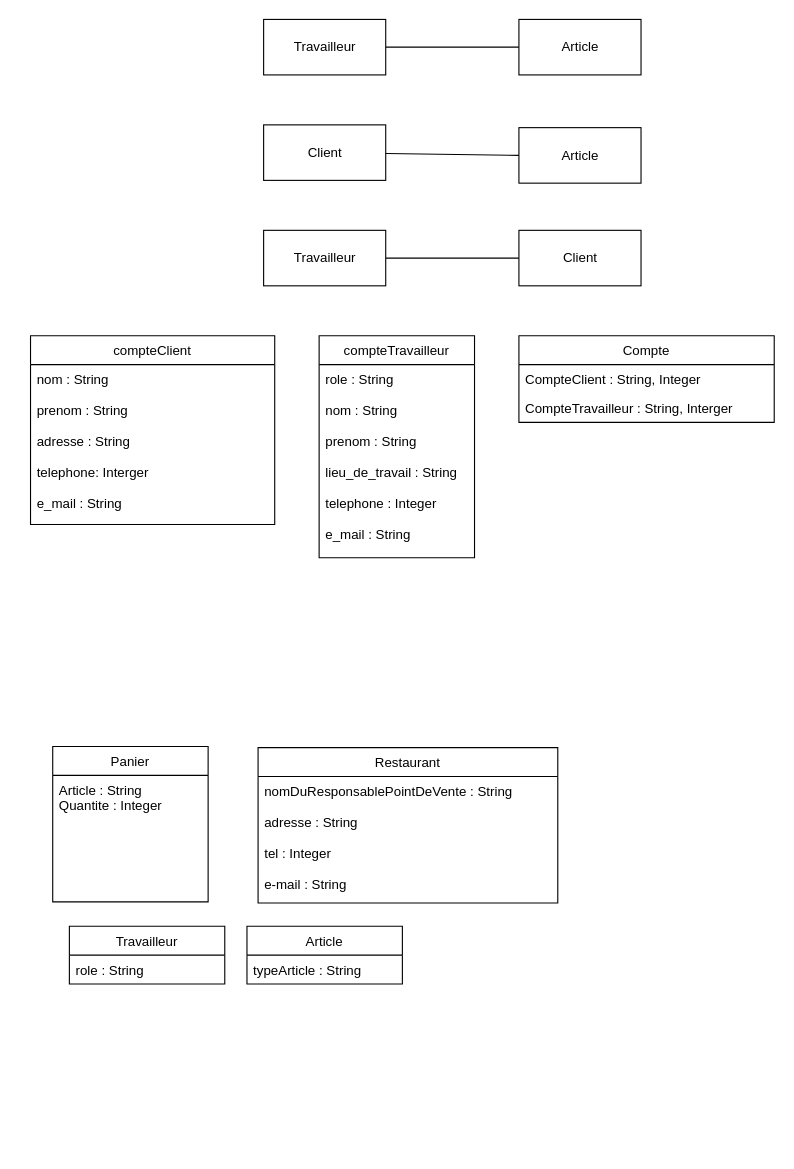
Earlier version of the draw.io diagram Untitled Diagram.drawio (vinsbld/StechOcPizz). Source tidied: cells renumbered, new cells numbered last; positions are measured from the earlier drawing's top-left corner, leaving out a move shared by most shapes. Both pictures are drawn from the tidied source at 111%, with x=0, y=0 at pixel (30, 19).
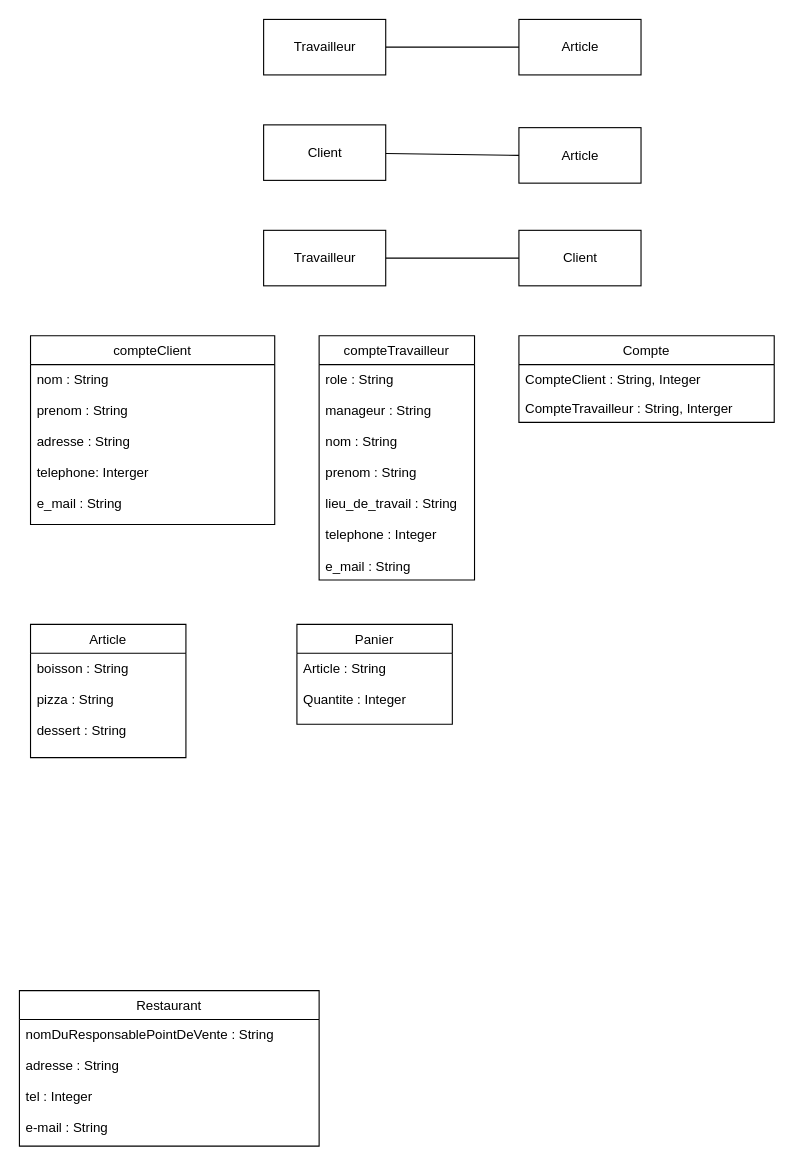
After the change.

The edit, as a diff of the source:
```diff
@@
-    <mxCell id="7" value="Travailleur" style="swimlane;fontStyle=0;horizontal=1;startSize=26;fillColor=none;" parent="1" vertex="1">
-      <mxGeometry x="35" y="817" width="140" height="52" as="geometry" />
-    </mxCell>
-    <mxCell id="8" value="role : String" style="text;strokeColor=none;fillColor=none;align=left;verticalAlign=top;spacingLeft=4;spacingRight=4;overflow=hidden;" parent="7" vertex="1">
-      <mxGeometry y="26" width="140" height="26" as="geometry" />
-    </mxCell>
-    <mxCell id="9" value="Article" style="swimlane;fontStyle=0;horizontal=1;startSize=26;fillColor=none;" parent="1" vertex="1">
-      <mxGeometry x="195" y="817" width="140" height="52" as="geometry" />
-    </mxCell>
-    <mxCell id="10" value="typeArticle : String" style="text;strokeColor=none;fillColor=none;align=left;verticalAlign=top;spacingLeft=4;spacingRight=4;overflow=hidden;" parent="9" vertex="1">
-      <mxGeometry y="26" width="140" height="26" as="geometry" />
-    </mxCell>
@@
     <mxCell id="15" value="Panier" style="swimlane;fontStyle=0;horizontal=1;startSize=26;fillColor=none;" parent="1" vertex="1">
-      <mxGeometry x="20" y="655" width="140" height="140" as="geometry" />
+      <mxGeometry x="240" y="545" width="140" height="90" as="geometry" />
     </mxCell>
-    <mxCell id="16" value="Article : String&#10;Quantite : Integer&#10;" style="text;strokeColor=none;fillColor=none;align=left;verticalAlign=top;spacingLeft=4;spacingRight=4;overflow=hidden;" parent="15" vertex="1">
-      <mxGeometry y="26" width="140" height="114" as="geometry" />
+    <mxCell id="16" value="Article : String&#10;&#10;Quantite : Integer&#10;" style="text;strokeColor=none;fillColor=none;align=left;verticalAlign=top;spacingLeft=4;spacingRight=4;overflow=hidden;" parent="15" vertex="1">
+      <mxGeometry y="26" width="140" height="64" as="geometry" />
     </mxCell>
@@
     <mxCell id="19" value="Restaurant" style="swimlane;fontStyle=0;horizontal=1;startSize=26;fillColor=none;" parent="1" vertex="1">
-      <mxGeometry x="205" y="656" width="270" height="140" as="geometry" />
+      <mxGeometry x="-10" y="875" width="270" height="140" as="geometry" />
     </mxCell>
@@
     <mxCell id="21" value="compteTravailleur" style="swimlane;fontStyle=0;horizontal=1;startSize=26;fillColor=none;" parent="1" vertex="1">
-      <mxGeometry x="260" y="285" width="140" height="200" as="geometry" />
+      <mxGeometry x="260" y="285" width="140" height="220" as="geometry" />
     </mxCell>
-    <mxCell id="22" value="role : String&#10;&#10;nom : String&#10;&#10;prenom : String&#10;&#10;lieu_de_travail : String&#10;&#10;telephone : Integer&#10;&#10;e_mail : String&#10;" style="text;strokeColor=none;fillColor=none;align=left;verticalAlign=top;spacingLeft=4;spacingRight=4;overflow=hidden;" parent="21" vertex="1">
-      <mxGeometry y="26" width="140" height="174" as="geometry" />
+    <mxCell id="22" value="role : String&#10;&#10;manageur : String&#10;&#10;nom : String&#10;&#10;prenom : String&#10;&#10;lieu_de_travail : String&#10;&#10;telephone : Integer&#10;&#10;e_mail : String&#10;" style="text;strokeColor=none;fillColor=none;align=left;verticalAlign=top;spacingLeft=4;spacingRight=4;overflow=hidden;" parent="21" vertex="1">
+      <mxGeometry y="26" width="140" height="194" as="geometry" />
     </mxCell>
@@
+    <mxCell id="9" value="Article" style="swimlane;fontStyle=0;horizontal=1;startSize=26;fillColor=none;" parent="1" vertex="1">
+      <mxGeometry y="545" width="140" height="120" as="geometry" />
+    </mxCell>
+    <mxCell id="26" value="boisson : String&#10;&#10;pizza : String&#10;&#10;dessert : String&#10;&#10;&#10;" style="text;strokeColor=none;fillColor=none;align=left;verticalAlign=top;spacingLeft=4;spacingRight=4;overflow=hidden;" parent="9" vertex="1">
+      <mxGeometry y="26" width="140" height="94" as="geometry" />
+    </mxCell>
```
